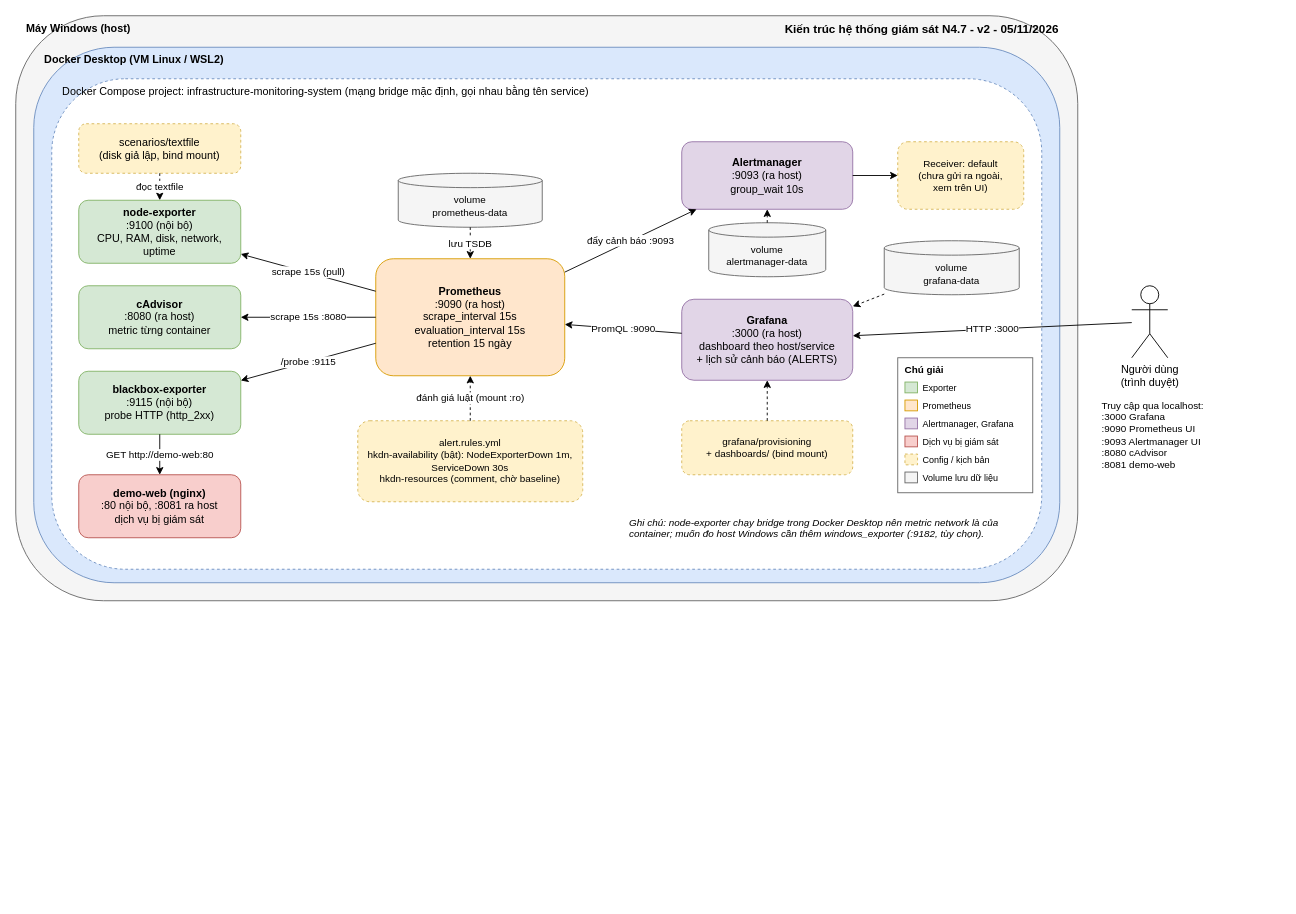
Above: docs/architecture.drawio in LeNhu1409/infrastructure-monitoring-system (draw.io), before the change. Source tidied: cells renumbered, new cells numbered last; positions are measured from the earlier drawing's top-left corner, leaving out a move shared by most shapes. Both pictures are drawn from the tidied source at 90%, with x=0, y=0 at pixel (15, 15).
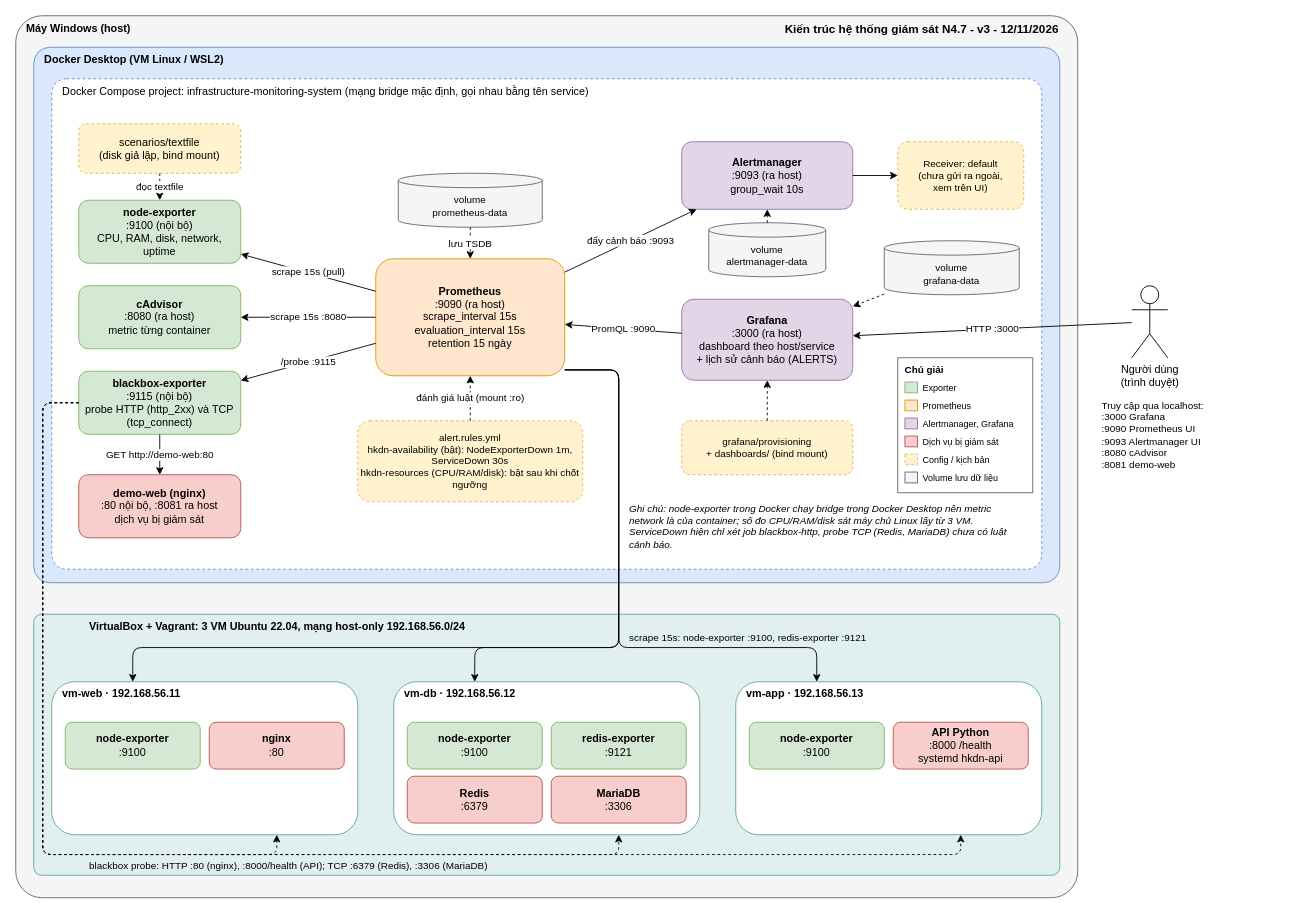
The same diagram, later.

Commit message (it also covers changes not shown here):
Add vm-web, vm-db, vm-app to the architecture diagram

The change refers to these unchanged cells:
```xml
<mxCell id="10" value="&lt;b&gt;Prometheus&lt;/b&gt;&lt;br&gt;:9090 (ra host)&lt;br&gt;scrape_interval 15s&lt;br&gt;evaluation_interval 15s&lt;br&gt;retention 15 ngày" style="rounded=1;whiteSpace=wrap;html=1;fillColor=#ffe6cc;strokeColor=#d79b00;" parent="1" vertex="1">
  <mxGeometry x="400" y="270" width="210" height="130" as="geometry" />
</mxCell>
```

The edit, as a diff of the source:
```diff
@@
-    <mxCell id="2" value="Máy Windows (host)" style="rounded=1;whiteSpace=wrap;html=1;verticalAlign=top;align=left;spacingLeft=10;fontStyle=1;fillColor=#f5f5f5;strokeColor=#666666;" parent="1" vertex="1">
-      <mxGeometry width="1180" height="650" as="geometry" />
+    <mxCell id="2" value="Máy Windows (host)" style="rounded=1;whiteSpace=wrap;html=1;verticalAlign=top;align=left;spacingLeft=10;fontStyle=1;fillColor=#f5f5f5;strokeColor=#666666;arcSize=3;" parent="1" vertex="1">
+      <mxGeometry width="1180" height="980" as="geometry" />
     </mxCell>
-    <mxCell id="3" value="Docker Desktop (VM Linux / WSL2)" style="rounded=1;whiteSpace=wrap;html=1;verticalAlign=top;align=left;spacingLeft=10;fontStyle=1;fillColor=#dae8fc;strokeColor=#6c8ebf;" parent="1" vertex="1">
+    <mxCell id="3" value="Docker Desktop (VM Linux / WSL2)" style="rounded=1;whiteSpace=wrap;html=1;verticalAlign=top;align=left;spacingLeft=10;fontStyle=1;fillColor=#dae8fc;strokeColor=#6c8ebf;arcSize=3;" parent="1" vertex="1">
       <mxGeometry x="20" y="35" width="1140" height="595" as="geometry" />
     </mxCell>
-    <mxCell id="4" value="Docker Compose project: infrastructure-monitoring-system (mạng bridge mặc định, gọi nhau bằng tên service)" style="rounded=1;whiteSpace=wrap;html=1;verticalAlign=top;align=left;spacingLeft=10;dashed=1;fillColor=#ffffff;strokeColor=#6c8ebf;" parent="1" vertex="1">
+    <mxCell id="4" value="Docker Compose project: infrastructure-monitoring-system (mạng bridge mặc định, gọi nhau bằng tên service)" style="rounded=1;whiteSpace=wrap;html=1;verticalAlign=top;align=left;spacingLeft=10;dashed=1;fillColor=#ffffff;strokeColor=#6c8ebf;arcSize=3;" parent="1" vertex="1">
       <mxGeometry x="40" y="70" width="1100" height="545" as="geometry" />
     </mxCell>
@@
-    <mxCell id="8" value="&lt;b&gt;blackbox-exporter&lt;/b&gt;&lt;br&gt;:9115 (nội bộ)&lt;br&gt;probe HTTP (http_2xx)" style="rounded=1;whiteSpace=wrap;html=1;fillColor=#d5e8d4;strokeColor=#82b366;" parent="1" vertex="1">
+    <mxCell id="8" value="&lt;b&gt;blackbox-exporter&lt;/b&gt;&lt;br&gt;:9115 (nội bộ)&lt;br&gt;probe HTTP (http_2xx) và TCP (tcp_connect)" style="rounded=1;whiteSpace=wrap;html=1;fillColor=#d5e8d4;strokeColor=#82b366;" parent="1" vertex="1">
       <mxGeometry x="70" y="395" width="180" height="70" as="geometry" />
     </mxCell>
@@
-    <mxCell id="11" value="alert.rules.yml&lt;br&gt;hkdn-availability (bật): NodeExporterDown 1m, ServiceDown 30s&lt;br&gt;hkdn-resources (comment, chờ baseline)" style="rounded=1;whiteSpace=wrap;html=1;dashed=1;fillColor=#fff2cc;strokeColor=#d6b656;fontSize=11;" parent="1" vertex="1">
+    <mxCell id="11" value="alert.rules.yml&lt;br&gt;hkdn-availability (bật): NodeExporterDown 1m, ServiceDown 30s&lt;br&gt;hkdn-resources (CPU/RAM/disk): bật sau khi chốt ngưỡng" style="rounded=1;whiteSpace=wrap;html=1;dashed=1;fillColor=#fff2cc;strokeColor=#d6b656;fontSize=11;" parent="1" vertex="1">
       <mxGeometry x="380" y="450" width="250" height="90" as="geometry" />
     </mxCell>
@@
-    <mxCell id="28" value="Ghi chú: node-exporter chạy bridge trong Docker Desktop nên metric network là của container; muốn đo host Windows cần thêm windows_exporter (:9182, tùy chọn)." style="text;html=1;whiteSpace=wrap;fontSize=11;fontStyle=2;" parent="1" vertex="1">
-      <mxGeometry x="680" y="550" width="440" height="50" as="geometry" />
+    <mxCell id="28" value="Ghi chú: node-exporter trong Docker chạy bridge trong Docker Desktop nên metric network là của container; số đo CPU/RAM/disk sát máy chủ Linux lấy từ 3 VM. ServiceDown hiện chỉ xét job blackbox-http, probe TCP (Redis, MariaDB) chưa có luật cảnh báo." style="text;html=1;whiteSpace=wrap;fontSize=11;fontStyle=2;" parent="1" vertex="1">
+      <mxGeometry x="680" y="535" width="440" height="75" as="geometry" />
     </mxCell>
-    <mxCell id="29" value="&lt;b&gt;Kiến trúc hệ thống giám sát N4.7 - v2 - 05/11/2026&lt;/b&gt;" style="text;html=1;align=right;verticalAlign=middle;fontSize=13;" parent="1" vertex="1">
+    <mxCell id="29" value="&lt;b&gt;Kiến trúc hệ thống giám sát N4.7 - v3 - 12/11/2026&lt;/b&gt;" style="text;html=1;align=right;verticalAlign=middle;fontSize=13;" parent="1" vertex="1">
       <mxGeometry x="620" y="2" width="540" height="26" as="geometry" />
     </mxCell>
@@
+    <mxCell id="50" value="VirtualBox + Vagrant: 3 VM Ubuntu 22.04, mạng host-only 192.168.56.0/24" style="rounded=1;whiteSpace=wrap;html=1;verticalAlign=top;align=left;spacingLeft=60;fontStyle=1;fillColor=#e1f0ef;strokeColor=#5fa8a0;arcSize=3;" parent="1" vertex="1">
+      <mxGeometry x="20" y="665" width="1140" height="290" as="geometry" />
+    </mxCell>
+    <mxCell id="51" value="vm-web · 192.168.56.11" style="rounded=1;whiteSpace=wrap;html=1;verticalAlign=top;align=left;spacingLeft=10;fontStyle=1;fillColor=#ffffff;strokeColor=#5fa8a0;" parent="1" vertex="1">
+      <mxGeometry x="40" y="740" width="340" height="170" as="geometry" />
+    </mxCell>
+    <mxCell id="52" value="vm-db · 192.168.56.12" style="rounded=1;whiteSpace=wrap;html=1;verticalAlign=top;align=left;spacingLeft=10;fontStyle=1;fillColor=#ffffff;strokeColor=#5fa8a0;" parent="1" vertex="1">
+      <mxGeometry x="420" y="740" width="340" height="170" as="geometry" />
+    </mxCell>
+    <mxCell id="53" value="vm-app · 192.168.56.13" style="rounded=1;whiteSpace=wrap;html=1;verticalAlign=top;align=left;spacingLeft=10;fontStyle=1;fillColor=#ffffff;strokeColor=#5fa8a0;" parent="1" vertex="1">
+      <mxGeometry x="800" y="740" width="340" height="170" as="geometry" />
+    </mxCell>
+    <mxCell id="54" value="&lt;b&gt;node-exporter&lt;/b&gt;&lt;br&gt;:9100" style="rounded=1;whiteSpace=wrap;html=1;fillColor=#d5e8d4;strokeColor=#82b366;" parent="1" vertex="1">
+      <mxGeometry x="55" y="785" width="150" height="52" as="geometry" />
+    </mxCell>
+    <mxCell id="55" value="&lt;b&gt;nginx&lt;/b&gt;&lt;br&gt;:80" style="rounded=1;whiteSpace=wrap;html=1;fillColor=#f8cecc;strokeColor=#b85450;" parent="1" vertex="1">
+      <mxGeometry x="215" y="785" width="150" height="52" as="geometry" />
+    </mxCell>
+    <mxCell id="56" value="&lt;b&gt;node-exporter&lt;/b&gt;&lt;br&gt;:9100" style="rounded=1;whiteSpace=wrap;html=1;fillColor=#d5e8d4;strokeColor=#82b366;" parent="1" vertex="1">
+      <mxGeometry x="435" y="785" width="150" height="52" as="geometry" />
+    </mxCell>
+    <mxCell id="57" value="&lt;b&gt;redis-exporter&lt;/b&gt;&lt;br&gt;:9121" style="rounded=1;whiteSpace=wrap;html=1;fillColor=#d5e8d4;strokeColor=#82b366;" parent="1" vertex="1">
+      <mxGeometry x="595" y="785" width="150" height="52" as="geometry" />
+    </mxCell>
+    <mxCell id="58" value="&lt;b&gt;Redis&lt;/b&gt;&lt;br&gt;:6379" style="rounded=1;whiteSpace=wrap;html=1;fillColor=#f8cecc;strokeColor=#b85450;" parent="1" vertex="1">
+      <mxGeometry x="435" y="845" width="150" height="52" as="geometry" />
+    </mxCell>
+    <mxCell id="59" value="&lt;b&gt;MariaDB&lt;/b&gt;&lt;br&gt;:3306" style="rounded=1;whiteSpace=wrap;html=1;fillColor=#f8cecc;strokeColor=#b85450;" parent="1" vertex="1">
+      <mxGeometry x="595" y="845" width="150" height="52" as="geometry" />
+    </mxCell>
+    <mxCell id="60" value="&lt;b&gt;node-exporter&lt;/b&gt;&lt;br&gt;:9100" style="rounded=1;whiteSpace=wrap;html=1;fillColor=#d5e8d4;strokeColor=#82b366;" parent="1" vertex="1">
+      <mxGeometry x="815" y="785" width="150" height="52" as="geometry" />
+    </mxCell>
+    <mxCell id="61" value="&lt;b&gt;API Python&lt;/b&gt;&lt;br&gt;:8000 /health&lt;br&gt;systemd hkdn-api" style="rounded=1;whiteSpace=wrap;html=1;fillColor=#f8cecc;strokeColor=#b85450;" parent="1" vertex="1">
+      <mxGeometry x="975" y="785" width="150" height="52" as="geometry" />
+    </mxCell>
+    <mxCell id="62" style="endArrow=classic;html=1;edgeStyle=none;exitX=1;exitY=0.95;exitDx=0;exitDy=0;entryX=0.2647;entryY=0;entryDx=0;entryDy=0;" parent="1" edge="1" source="10" target="51">
+      <mxGeometry relative="1" as="geometry">
+        <Array as="points">
+          <mxPoint x="670" y="393.5" />
+          <mxPoint x="670" y="702" />
+          <mxPoint x="130" y="702" />
+        </Array>
+      </mxGeometry>
+    </mxCell>
+    <mxCell id="63" style="endArrow=classic;html=1;edgeStyle=none;exitX=1;exitY=0.95;exitDx=0;exitDy=0;entryX=0.2647;entryY=0;entryDx=0;entryDy=0;" parent="1" edge="1" source="10" target="52">
+      <mxGeometry relative="1" as="geometry">
+        <Array as="points">
+          <mxPoint x="670" y="393.5" />
+          <mxPoint x="670" y="702" />
+          <mxPoint x="510" y="702" />
+        </Array>
+      </mxGeometry>
+    </mxCell>
+    <mxCell id="64" style="endArrow=classic;html=1;edgeStyle=none;exitX=1;exitY=0.95;exitDx=0;exitDy=0;entryX=0.2647;entryY=0;entryDx=0;entryDy=0;" parent="1" edge="1" source="10" target="53">
+      <mxGeometry relative="1" as="geometry">
+        <Array as="points">
+          <mxPoint x="670" y="393.5" />
+          <mxPoint x="670" y="702" />
+          <mxPoint x="890" y="702" />
+        </Array>
+      </mxGeometry>
+    </mxCell>
+    <mxCell id="65" style="endArrow=classic;html=1;edgeStyle=none;exitX=0;exitY=0.5;exitDx=0;exitDy=0;entryX=0.7353;entryY=1;entryDx=0;entryDy=0;dashed=1;" parent="1" edge="1" source="8" target="51">
+      <mxGeometry relative="1" as="geometry">
+        <Array as="points">
+          <mxPoint x="30" y="430" />
+          <mxPoint x="30" y="932" />
+          <mxPoint x="290" y="932" />
+        </Array>
+      </mxGeometry>
+    </mxCell>
+    <mxCell id="66" style="endArrow=classic;html=1;edgeStyle=none;exitX=0;exitY=0.5;exitDx=0;exitDy=0;entryX=0.7353;entryY=1;entryDx=0;entryDy=0;dashed=1;" parent="1" edge="1" source="8" target="52">
+      <mxGeometry relative="1" as="geometry">
+        <Array as="points">
+          <mxPoint x="30" y="430" />
+          <mxPoint x="30" y="932" />
+          <mxPoint x="670" y="932" />
+        </Array>
+      </mxGeometry>
+    </mxCell>
+    <mxCell id="67" style="endArrow=classic;html=1;edgeStyle=none;exitX=0;exitY=0.5;exitDx=0;exitDy=0;entryX=0.7353;entryY=1;entryDx=0;entryDy=0;dashed=1;" parent="1" edge="1" source="8" target="53">
+      <mxGeometry relative="1" as="geometry">
+        <Array as="points">
+          <mxPoint x="30" y="430" />
+          <mxPoint x="30" y="932" />
+          <mxPoint x="1050" y="932" />
+        </Array>
+      </mxGeometry>
+    </mxCell>
+    <mxCell id="68" value="scrape 15s: node-exporter :9100, redis-exporter :9121" style="text;html=1;align=left;verticalAlign=middle;fontSize=11;" parent="1" vertex="1">
+      <mxGeometry x="680" y="682" width="400" height="18" as="geometry" />
+    </mxCell>
+    <mxCell id="69" value="blackbox probe: HTTP :80 (nginx), :8000/health (API); TCP :6379 (Redis), :3306 (MariaDB)" style="text;html=1;align=left;verticalAlign=middle;fontSize=11;" parent="1" vertex="1">
+      <mxGeometry x="80" y="935" width="700" height="18" as="geometry" />
+    </mxCell>
```
